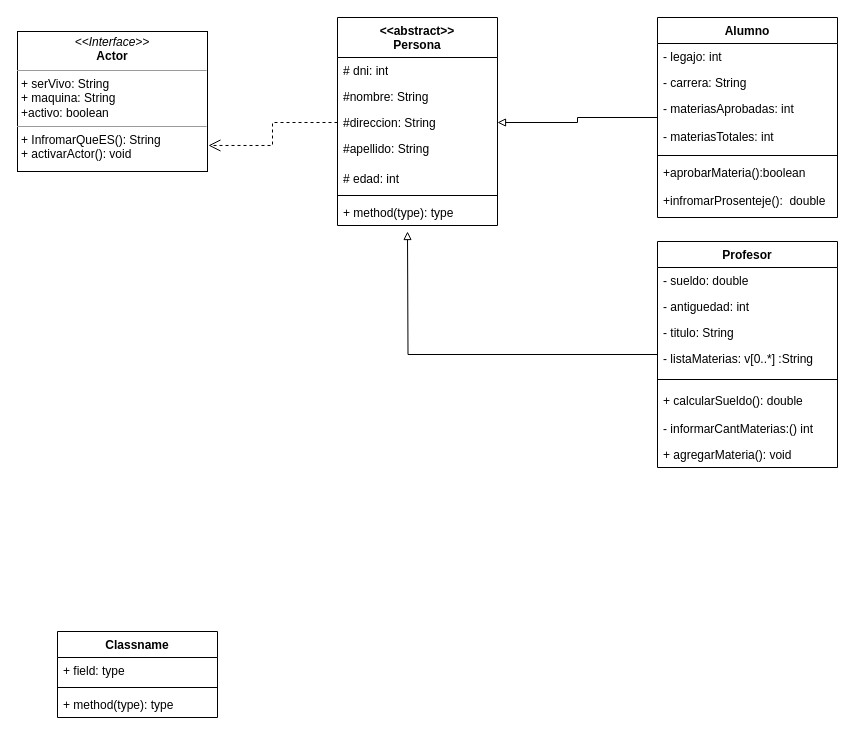
The draw.io diagram Untitled Diagram.drawio in alex90o/DiagramaDeClasesTpDigit, before the edit. Source tidied: cells renumbered, new cells numbered last; positions are measured from the earlier drawing's top-left corner, leaving out a move shared by most shapes. Both pictures are drawn from the tidied source at 100%, with x=0, y=0 at pixel (17, 17).
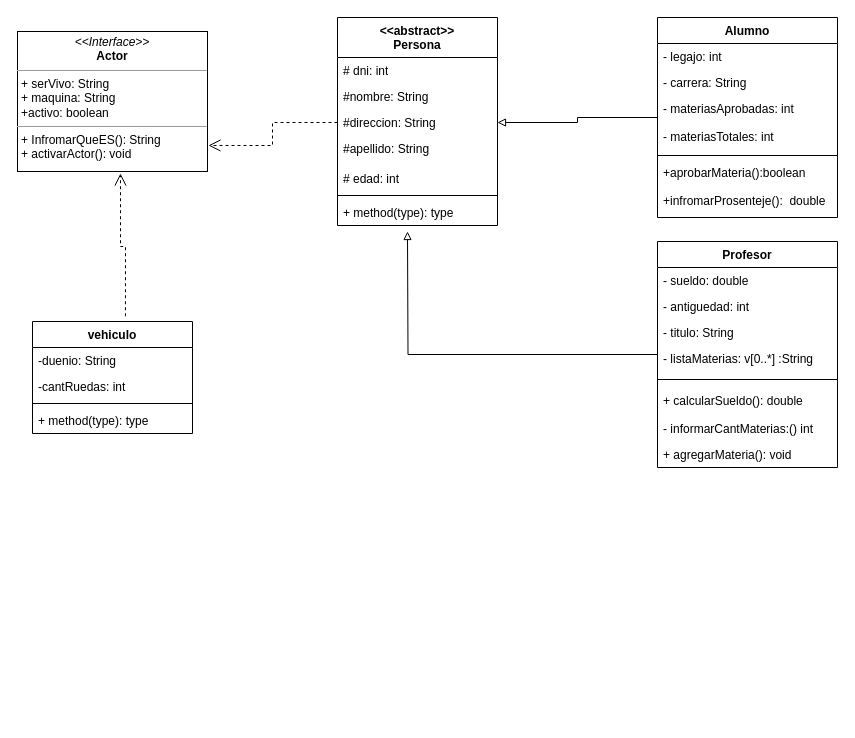
The same page after the edit.

The change refers to these unchanged cells:
```xml
<mxCell id="3" value="&lt;p style=&quot;margin: 0px ; margin-top: 4px ; text-align: center&quot;&gt;&lt;i&gt;&amp;lt;&amp;lt;Interface&amp;gt;&amp;gt;&lt;/i&gt;&lt;br&gt;&lt;b&gt;Actor&lt;/b&gt;&lt;/p&gt;&lt;hr size=&quot;1&quot;&gt;&lt;p style=&quot;margin: 0px ; margin-left: 4px&quot;&gt;+ serVivo: String&lt;br&gt;+ maquina: String&lt;/p&gt;&lt;p style=&quot;margin: 0px ; margin-left: 4px&quot;&gt;+activo: boolean&lt;/p&gt;&lt;hr size=&quot;1&quot;&gt;&lt;p style=&quot;margin: 0px ; margin-left: 4px&quot;&gt;+ InfromarQueES(): String&lt;br&gt;+ activarActor(): void&lt;/p&gt;" style="verticalAlign=top;align=left;overflow=fill;fontSize=12;fontFamily=Helvetica;html=1;rounded=0;shadow=0;comic=0;labelBackgroundColor=none;strokeWidth=1;" parent="1" vertex="1">
  <mxGeometry y="14" width="190" height="140" as="geometry" />
</mxCell>
```

What changed in the source:
```diff
@@
-    <mxCell id="12" value="Classname" style="swimlane;fontStyle=1;align=center;verticalAlign=top;horizontal=1;startSize=26;" parent="1" vertex="1">
-      <mxGeometry x="40" y="614" width="160" height="86" as="geometry" />
+    <mxCell id="12" value="vehiculo&#10;" style="swimlane;fontStyle=1;align=center;verticalAlign=top;horizontal=1;startSize=26;" parent="1" vertex="1">
+      <mxGeometry x="15" y="304" width="160" height="112" as="geometry" />
     </mxCell>
-    <mxCell id="13" value="+ field: type" style="text;strokeColor=none;fillColor=none;align=left;verticalAlign=top;spacingLeft=4;spacingRight=4;overflow=hidden;" parent="12" vertex="1">
+    <mxCell id="13" value="-duenio: String&#10;" style="text;strokeColor=none;fillColor=none;align=left;verticalAlign=top;spacingLeft=4;spacingRight=4;overflow=hidden;" parent="12" vertex="1">
       <mxGeometry y="26" width="160" height="26" as="geometry" />
     </mxCell>
+    <mxCell id="35" value="-cantRuedas: int&#10;" style="text;strokeColor=none;fillColor=none;align=left;verticalAlign=top;spacingLeft=4;spacingRight=4;overflow=hidden;" parent="12" vertex="1">
+      <mxGeometry y="52" width="160" height="26" as="geometry" />
+    </mxCell>
     <mxCell id="14" style="line;strokeWidth=1;fillColor=none;align=left;verticalAlign=middle;spacingTop=-1;spacingLeft=3;spacingRight=3;labelPosition=right;" parent="12" vertex="1">
-      <mxGeometry y="52" width="160" height="8" as="geometry" />
+      <mxGeometry y="78" width="160" height="8" as="geometry" />
     </mxCell>
     <mxCell id="15" value="+ method(type): type" style="text;strokeColor=none;fillColor=none;align=left;verticalAlign=top;spacingLeft=4;spacingRight=4;overflow=hidden;" parent="12" vertex="1">
-      <mxGeometry y="60" width="160" height="26" as="geometry" />
+      <mxGeometry y="86" width="160" height="26" as="geometry" />
     </mxCell>
@@
+    <mxCell id="36" style="edgeStyle=orthogonalEdgeStyle;rounded=0;html=1;labelBackgroundColor=none;startFill=0;endArrow=open;endFill=0;endSize=10;fontFamily=Verdana;fontSize=10;dashed=1;entryX=0.542;entryY=1.014;entryDx=0;entryDy=0;entryPerimeter=0;exitX=0.581;exitY=-0.047;exitDx=0;exitDy=0;exitPerimeter=0;" parent="1" edge="1" source="12" target="3">
+      <mxGeometry relative="1" as="geometry" />
+    </mxCell>
```
